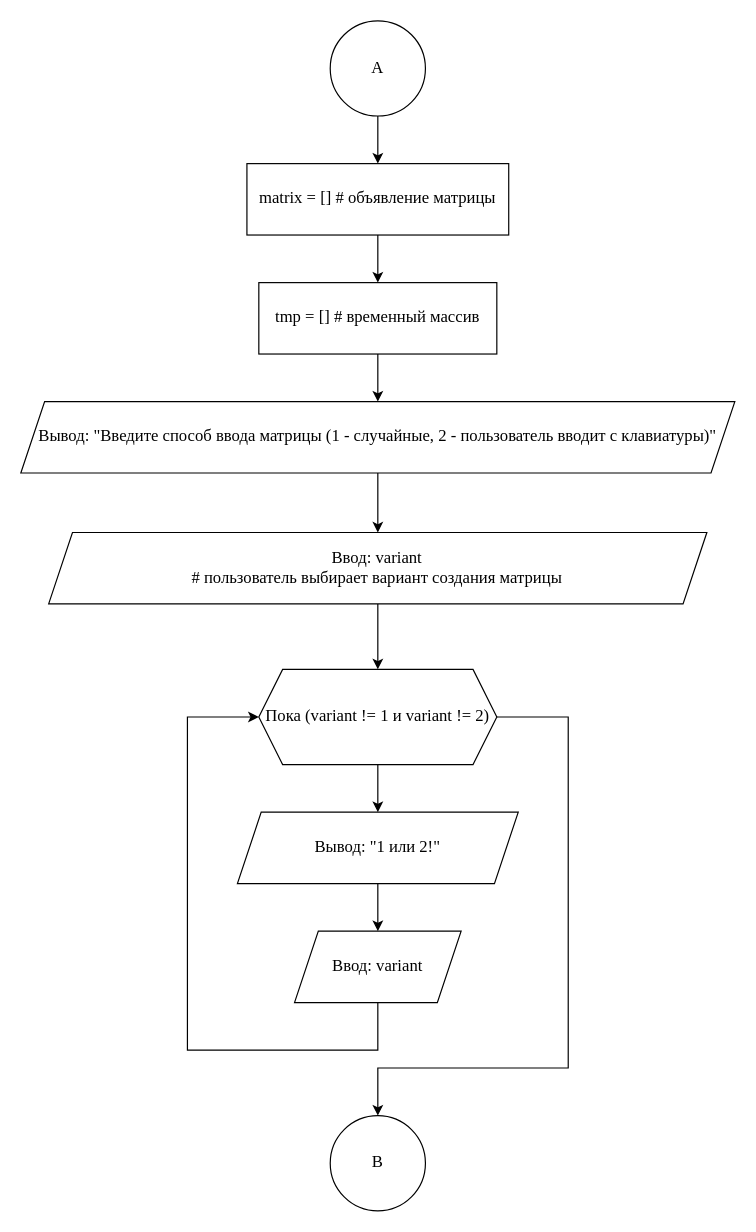
Above: page "Страница 2" (2 of 6) of 1 курс/Информатика/Практические работы/12/Диаграмма без названия.drawio in Kirill010/RTU-MIREA (draw.io), before the change. Source tidied: cells renumbered, new cells numbered last; positions are measured from the earlier drawing's top-left corner, leaving out a move shared by most shapes. Both pictures are drawn from the tidied source at 119%, with x=0, y=0 at pixel (20, 20).
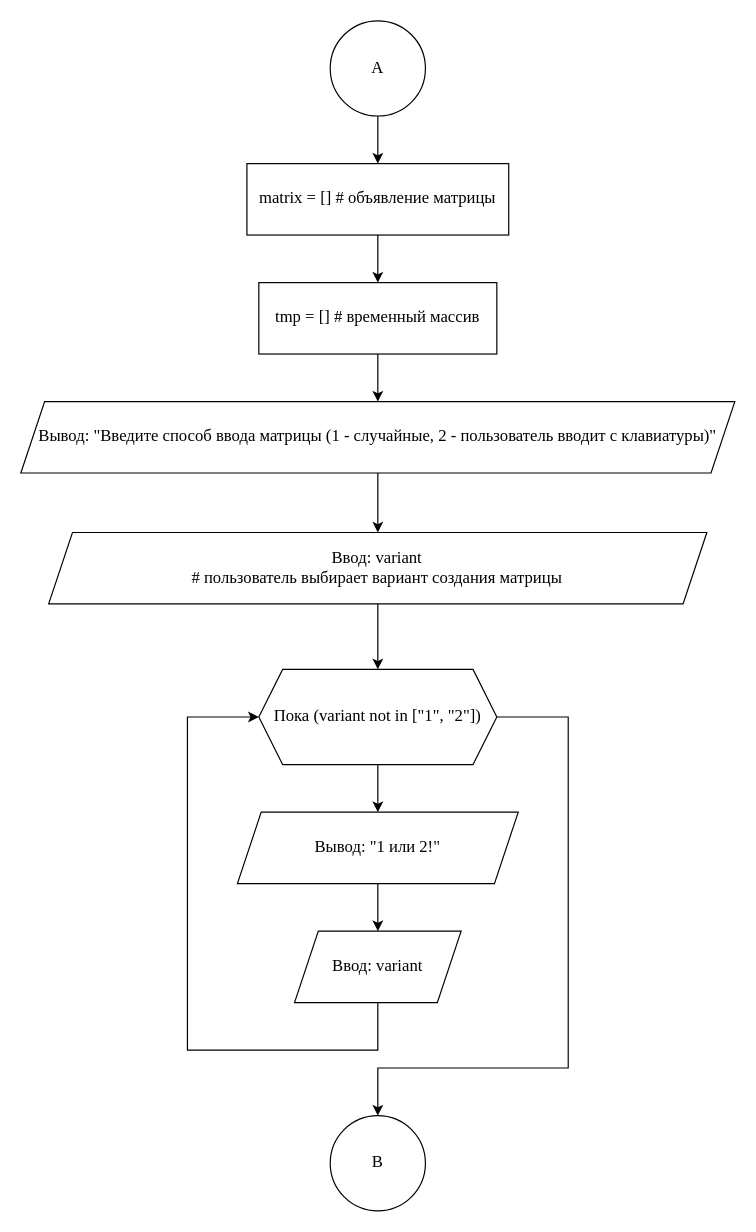
Above is the later version.

Change to the diagram source:
```diff
@@
-    <mxCell id="14" value="Пока (variant != 1 и variant != 2)" style="shape=hexagon;perimeter=hexagonPerimeter2;whiteSpace=wrap;html=1;fixedSize=1;fontFamily=Times New Roman;fontSize=14;" parent="1" vertex="1">
+    <mxCell id="14" value="Пока (variant not in [&quot;1&quot;, &quot;2&quot;])" style="shape=hexagon;perimeter=hexagonPerimeter2;whiteSpace=wrap;html=1;fixedSize=1;fontFamily=Times New Roman;fontSize=14;" parent="1" vertex="1">
       <mxGeometry x="200" y="545" width="200" height="80" as="geometry" />
     </mxCell>
```
